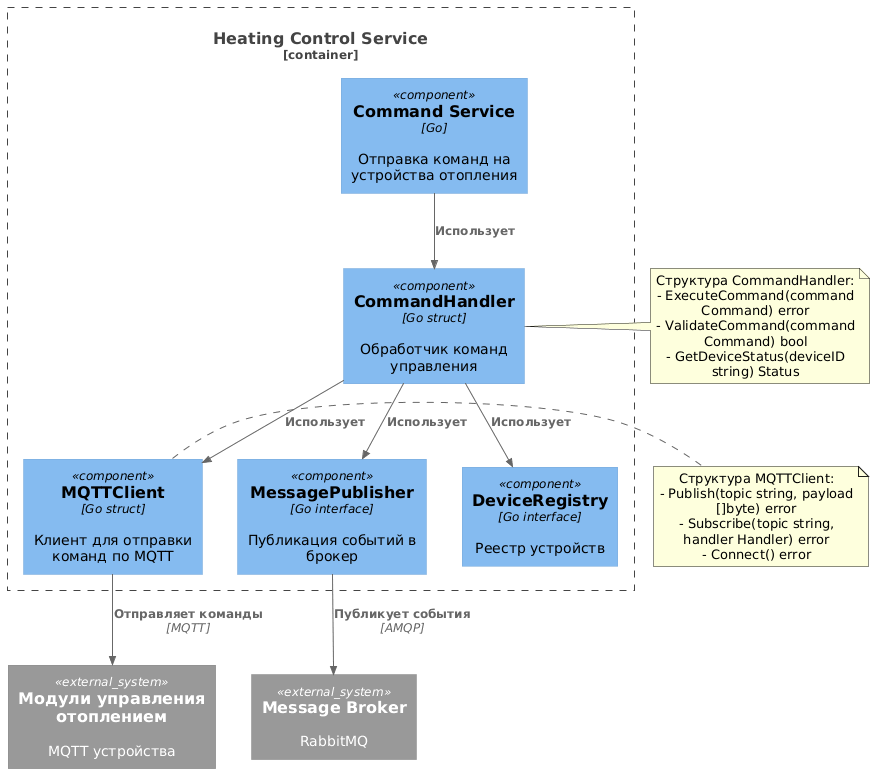
vadagama/yandex-warmhouse keeps this PlantUML diagram as schemas/c4_code_command_service_component.png. Above is the earlier version.
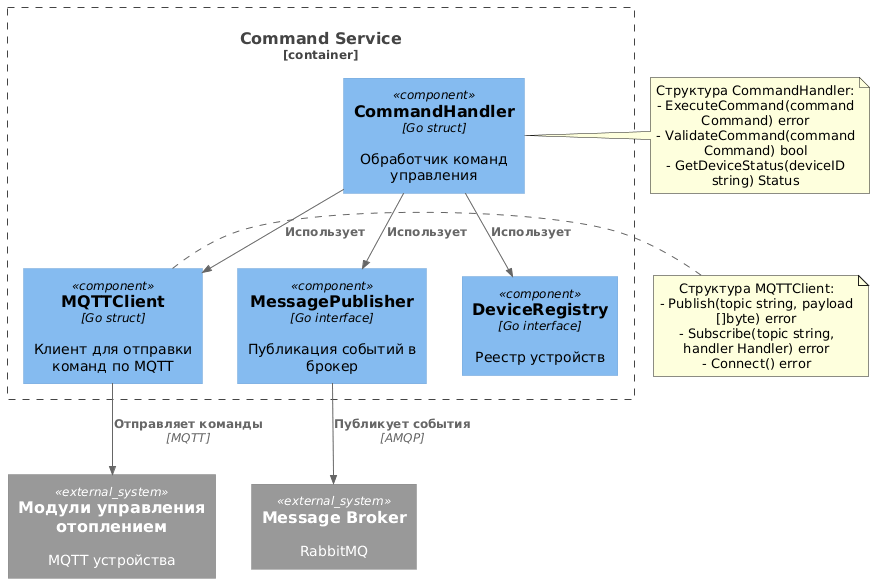
Above is the later version.

What changed in the source:
```diff
@@ -1,8 +1,7 @@
 @startuml
 !include https://raw.githubusercontent.com/plantuml-stdlib/C4-PlantUML/master/C4_Component.puml
 
-Container_Boundary(heatingService, "Heating Control Service") {
-    Component(commandService, "Command Service", "Go", "Отправка команд на устройства отопления")
+Container_Boundary(commandService, "Command Service") {
 
         Component(commandHandler, "CommandHandler", "Go struct", "Обработчик команд управления")
         Component(mqttClient, "MQTTClient", "Go struct", "Клиент для отправки команд по MQTT")
@@ -13,7 +12,6 @@
 System_Ext(messageBroker, "Message Broker", "RabbitMQ")
 System_Ext(devices, "Модули управления отоплением", "MQTT устройства")
 
-Rel(commandService, commandHandler, "Использует")
 Rel(commandHandler, mqttClient, "Использует")
 Rel(commandHandler, messagePublisher, "Использует")
 Rel(commandHandler, deviceRegistry, "Использует")
```
